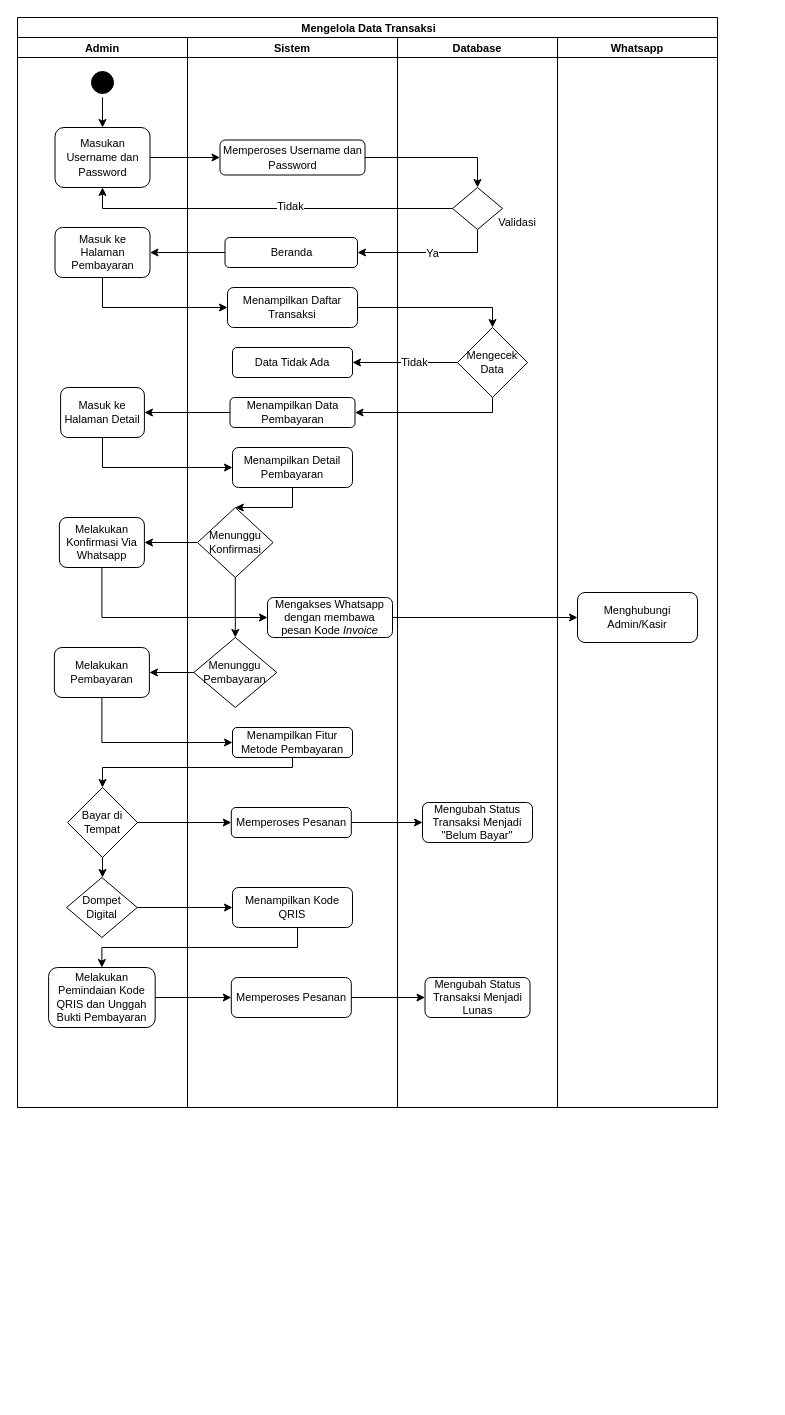
Before: page "Mengelola Data Transaksi" (8 of 12) of Untitled Diagram.drawio in WildanMaulana17/admin.cafe17purwokerto, a draw.io diagram. Source tidied: cells renumbered, new cells numbered last; positions are measured from the earlier drawing's top-left corner, leaving out a move shared by most shapes. Both pictures are drawn from the tidied source at 100%, with x=0, y=0 at pixel (17, 17).
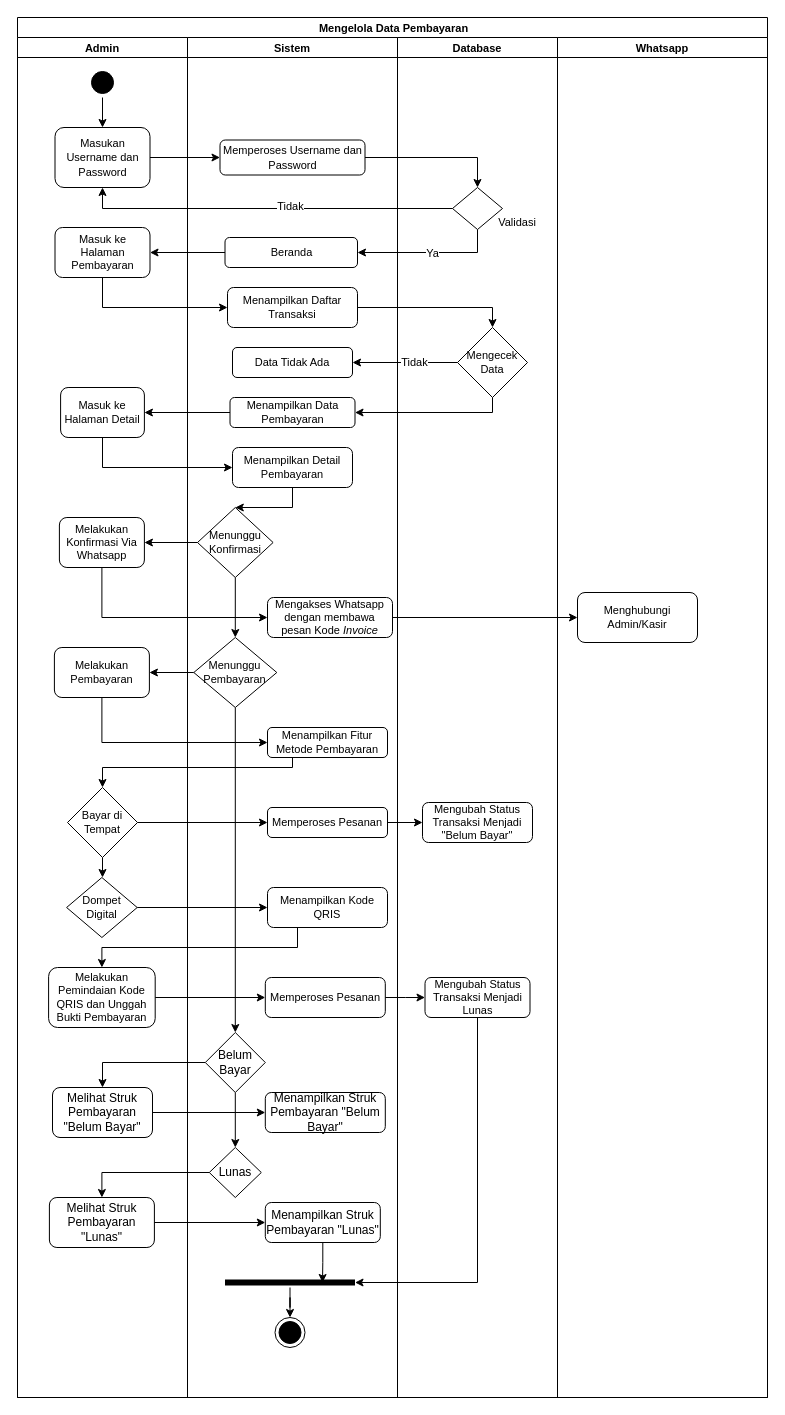
Above is the later version.

The change refers to these unchanged cells:
```xml
<mxCell id="26" value="Menunggu Pembayaran" style="rhombus;whiteSpace=wrap;html=1;fontSize=11;strokeColor=#000000;" parent="15" vertex="1">
  <mxGeometry x="6.3" y="600" width="83" height="70" as="geometry" />
</mxCell>
<mxCell id="36" value="Mengubah Status Transaksi Menjadi Lunas" style="rounded=1;whiteSpace=wrap;html=1;fontSize=11;strokeColor=#000000;" parent="31" vertex="1">
  <mxGeometry x="27.5" y="940" width="105" height="40" as="geometry" />
</mxCell>
```

Diff of the diagram source:
```diff
@@
-    <mxCell id="2" value=" Mengelola Data Transaksi" style="swimlane;startSize=20;fontSize=11;strokeColor=#000000;" parent="1" vertex="1">
-      <mxGeometry width="700" height="1090" as="geometry" />
+    <mxCell id="2" value=" Mengelola Data Pembayaran" style="swimlane;startSize=20;fontSize=11;strokeColor=#000000;" parent="1" vertex="1">
+      <mxGeometry width="750" height="1380" as="geometry" />
     </mxCell>
     <mxCell id="3" value="Admin" style="swimlane;startSize=20;fontSize=11;strokeColor=#000000;" parent="2" vertex="1">
-      <mxGeometry y="20" width="170" height="1070" as="geometry" />
+      <mxGeometry y="20" width="170" height="1360" as="geometry" />
     </mxCell>
@@
+    <mxCell id="65" value="Melihat Struk Pembayaran &quot;Belum Bayar&quot;" style="rounded=1;whiteSpace=wrap;html=1;strokeColor=#000000;" parent="3" vertex="1">
+      <mxGeometry x="35" y="1050" width="100" height="50" as="geometry" />
+    </mxCell>
+    <mxCell id="66" value="Melihat Struk Pembayaran &quot;Lunas&quot;" style="rounded=1;whiteSpace=wrap;html=1;strokeColor=#000000;" parent="3" vertex="1">
+      <mxGeometry x="31.9" y="1160" width="105" height="50" as="geometry" />
+    </mxCell>
     <mxCell id="15" value="Sistem" style="swimlane;startSize=20;fontSize=11;strokeColor=#000000;" parent="2" vertex="1">
-      <mxGeometry x="170" y="20" width="210" height="1070" as="geometry" />
+      <mxGeometry x="170" y="20" width="210" height="1360" as="geometry" />
     </mxCell>
@@
+    <mxCell id="67" style="edgeStyle=orthogonalEdgeStyle;rounded=0;jettySize=auto;html=1;entryX=0.5;entryY=0;entryDx=0;entryDy=0;strokeColor=#000000;" parent="15" edge="1" source="26" target="69">
+      <mxGeometry relative="1" as="geometry" />
+    </mxCell>
@@
     <mxCell id="27" value="Menampilkan Fitur Metode Pembayaran" style="rounded=1;whiteSpace=wrap;html=1;fontSize=11;strokeColor=#000000;" parent="15" vertex="1">
-      <mxGeometry x="45" y="690" width="120" height="30" as="geometry" />
+      <mxGeometry x="80" y="690" width="120" height="30" as="geometry" />
     </mxCell>
     <mxCell id="28" value="Memperoses Pesanan" style="rounded=1;whiteSpace=wrap;html=1;fontSize=11;strokeColor=#000000;" parent="15" vertex="1">
-      <mxGeometry x="43.8" y="770" width="120" height="30" as="geometry" />
+      <mxGeometry x="80" y="770" width="120" height="30" as="geometry" />
     </mxCell>
     <mxCell id="29" value="Menampilkan Kode QRIS" style="rounded=1;whiteSpace=wrap;html=1;fontSize=11;strokeColor=#000000;" parent="15" vertex="1">
-      <mxGeometry x="45" y="850" width="120" height="40" as="geometry" />
+      <mxGeometry x="80" y="850" width="120" height="40" as="geometry" />
     </mxCell>
     <mxCell id="30" value="Memperoses Pesanan" style="rounded=1;whiteSpace=wrap;html=1;fontSize=11;strokeColor=#000000;" parent="15" vertex="1">
-      <mxGeometry x="43.8" y="940" width="120" height="40" as="geometry" />
+      <mxGeometry x="77.8" y="940" width="120" height="40" as="geometry" />
     </mxCell>
+    <mxCell id="68" style="edgeStyle=orthogonalEdgeStyle;rounded=0;jettySize=auto;html=1;entryX=0.5;entryY=0;entryDx=0;entryDy=0;strokeColor=#000000;" parent="15" edge="1" source="69" target="71">
+      <mxGeometry relative="1" as="geometry" />
+    </mxCell>
+    <mxCell id="69" value="Belum Bayar" style="rhombus;whiteSpace=wrap;html=1;strokeColor=#000000;" parent="15" vertex="1">
+      <mxGeometry x="17.8" y="995" width="60" height="60" as="geometry" />
+    </mxCell>
+    <mxCell id="70" value="Menampilkan Struk Pembayaran &quot;Belum Bayar&quot;" style="rounded=1;whiteSpace=wrap;html=1;strokeColor=#000000;" parent="15" vertex="1">
+      <mxGeometry x="77.8" y="1055" width="120" height="40" as="geometry" />
+    </mxCell>
+    <mxCell id="71" value="Lunas" style="rhombus;whiteSpace=wrap;html=1;strokeColor=#000000;" parent="15" vertex="1">
+      <mxGeometry x="21.8" y="1110" width="52" height="50" as="geometry" />
+    </mxCell>
+    <mxCell id="72" style="edgeStyle=orthogonalEdgeStyle;rounded=0;jettySize=auto;html=1;entryX=0.75;entryY=0.5;entryDx=0;entryDy=0;entryPerimeter=0;strokeColor=#000000;" parent="15" edge="1" source="73" target="76">
+      <mxGeometry relative="1" as="geometry" />
+    </mxCell>
+    <mxCell id="73" value="Menampilkan Struk Pembayaran &quot;Lunas&quot;" style="rounded=1;whiteSpace=wrap;html=1;strokeColor=#000000;" parent="15" vertex="1">
+      <mxGeometry x="77.8" y="1165" width="115" height="40" as="geometry" />
+    </mxCell>
+    <mxCell id="74" style="ellipse;html=1;shape=endState;fillColor=#000000;strokeColor=#000000;" parent="15" vertex="1">
+      <mxGeometry x="87.5" y="1280" width="30" height="30" as="geometry" />
+    </mxCell>
+    <mxCell id="75" style="edgeStyle=orthogonalEdgeStyle;rounded=0;jettySize=auto;html=1;entryX=0.5;entryY=0;entryDx=0;entryDy=0;strokeColor=#000000;" parent="15" edge="1" source="76" target="74">
+      <mxGeometry relative="1" as="geometry" />
+    </mxCell>
+    <mxCell id="76" style="shape=line;html=1;strokeWidth=6;strokeColor=#000000;" parent="15" vertex="1">
+      <mxGeometry x="37.5" y="1240" width="130" height="10" as="geometry" />
+    </mxCell>
     <mxCell id="31" value="Database" style="swimlane;startSize=20;fontSize=11;strokeColor=#000000;" parent="2" vertex="1">
-      <mxGeometry x="380" y="20" width="160" height="1070" as="geometry" />
+      <mxGeometry x="380" y="20" width="160" height="1360" as="geometry" />
     </mxCell>
@@
     <mxCell id="58" value="Whatsapp" style="swimlane;startSize=20;fontSize=11;strokeColor=#000000;" parent="2" vertex="1">
-      <mxGeometry x="540" y="20" width="160" height="1070" as="geometry" />
+      <mxGeometry x="540" y="20" width="210" height="1360" as="geometry" />
     </mxCell>
@@
+    <mxCell id="77" style="edgeStyle=orthogonalEdgeStyle;rounded=0;jettySize=auto;html=1;entryX=0.5;entryY=0;entryDx=0;entryDy=0;strokeColor=#000000;" parent="2" edge="1" source="69" target="65">
+      <mxGeometry relative="1" as="geometry" />
+    </mxCell>
+    <mxCell id="78" style="edgeStyle=orthogonalEdgeStyle;rounded=0;jettySize=auto;html=1;entryX=0;entryY=0.5;entryDx=0;entryDy=0;strokeColor=#000000;" parent="2" edge="1" source="65" target="70">
+      <mxGeometry relative="1" as="geometry" />
+    </mxCell>
+    <mxCell id="79" style="edgeStyle=orthogonalEdgeStyle;rounded=0;jettySize=auto;html=1;entryX=0.5;entryY=0;entryDx=0;entryDy=0;strokeColor=#000000;" parent="2" edge="1" source="71" target="66">
+      <mxGeometry relative="1" as="geometry" />
+    </mxCell>
+    <mxCell id="80" style="edgeStyle=orthogonalEdgeStyle;rounded=0;jettySize=auto;html=1;entryX=0;entryY=0.5;entryDx=0;entryDy=0;strokeColor=#000000;" parent="2" edge="1" source="66" target="73">
+      <mxGeometry relative="1" as="geometry" />
+    </mxCell>
+    <mxCell id="81" style="edgeStyle=orthogonalEdgeStyle;rounded=0;jettySize=auto;html=1;entryX=1;entryY=0.5;entryDx=0;entryDy=0;entryPerimeter=0;strokeColor=#000000;" parent="2" edge="1" source="36" target="76">
+      <mxGeometry relative="1" as="geometry">
+        <Array as="points">
+          <mxPoint x="460" y="1265" />
+        </Array>
+      </mxGeometry>
+    </mxCell>
```
